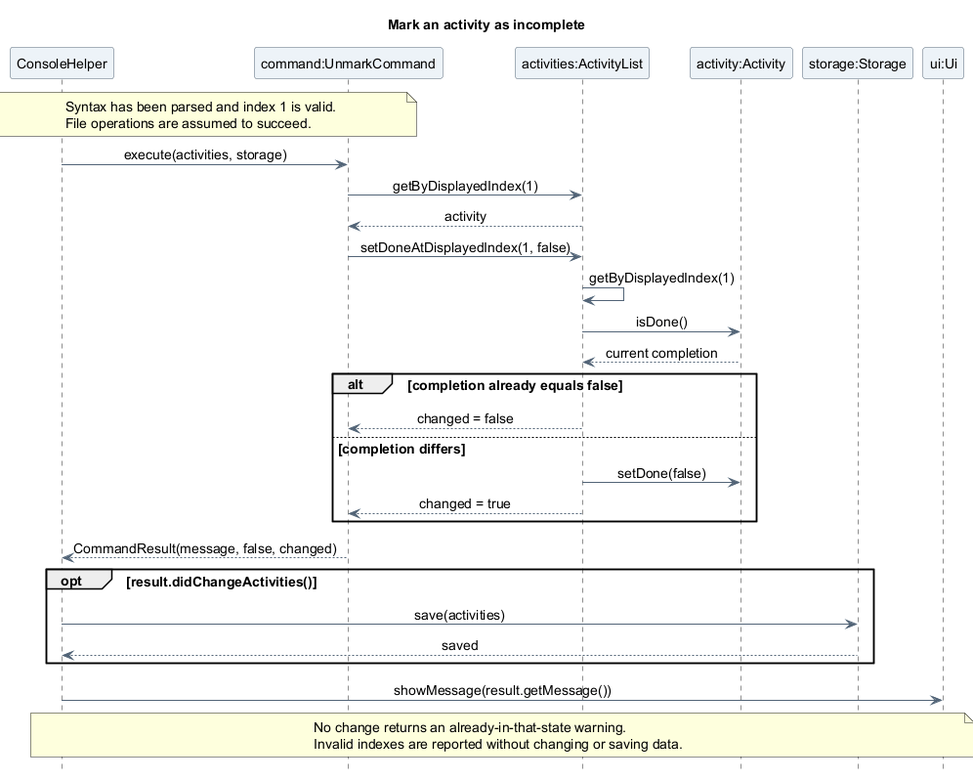
Before: docs/images/oliver/sequence/UnmarkActivitySequence.png, a diagram exported from PlantUML (AY2627S1-CS2113-T10-4/tp). The source it was exported from:
```plantuml
@startuml
title Mark an activity as incomplete
skinparam backgroundColor white
skinparam shadowing false
skinparam defaultFontName SansSerif
skinparam defaultFontSize 14
skinparam ArrowColor #526477
skinparam ParticipantBackgroundColor #EDF3F8
skinparam ParticipantBorderColor #526477
skinparam sequenceMessageAlign center
hide footbox

participant "ConsoleHelper" as Console
participant "command:UnmarkCommand" as Query
participant "activities:ActivityList" as Activities
participant "activity:Activity" as Activity
participant "storage:Storage" as Storage
participant "ui:Ui" as UI

note over Console, Query
  Syntax has been parsed and index 1 is valid.
  File operations are assumed to succeed.
end note
Console -> Query : execute(activities, storage)
Query -> Activities : getByDisplayedIndex(1)
Activities --> Query : activity
Query -> Activities : setDoneAtDisplayedIndex(1, false)
Activities -> Activities : getByDisplayedIndex(1)
Activities -> Activity : isDone()
Activity --> Activities : current completion
alt completion already equals false
  Activities --> Query : changed = false
else completion differs
  Activities -> Activity : setDone(false)
  Activities --> Query : changed = true
end
Query --> Console : CommandResult(message, false, changed)
opt result.didChangeActivities()
  Console -> Storage : save(activities)
  Storage --> Console : saved
end
Console -> UI : showMessage(result.getMessage())
note over Console, UI
  No change returns an already-in-that-state warning.
  Invalid indexes are reported without changing or saving data.
end note
@enduml
```
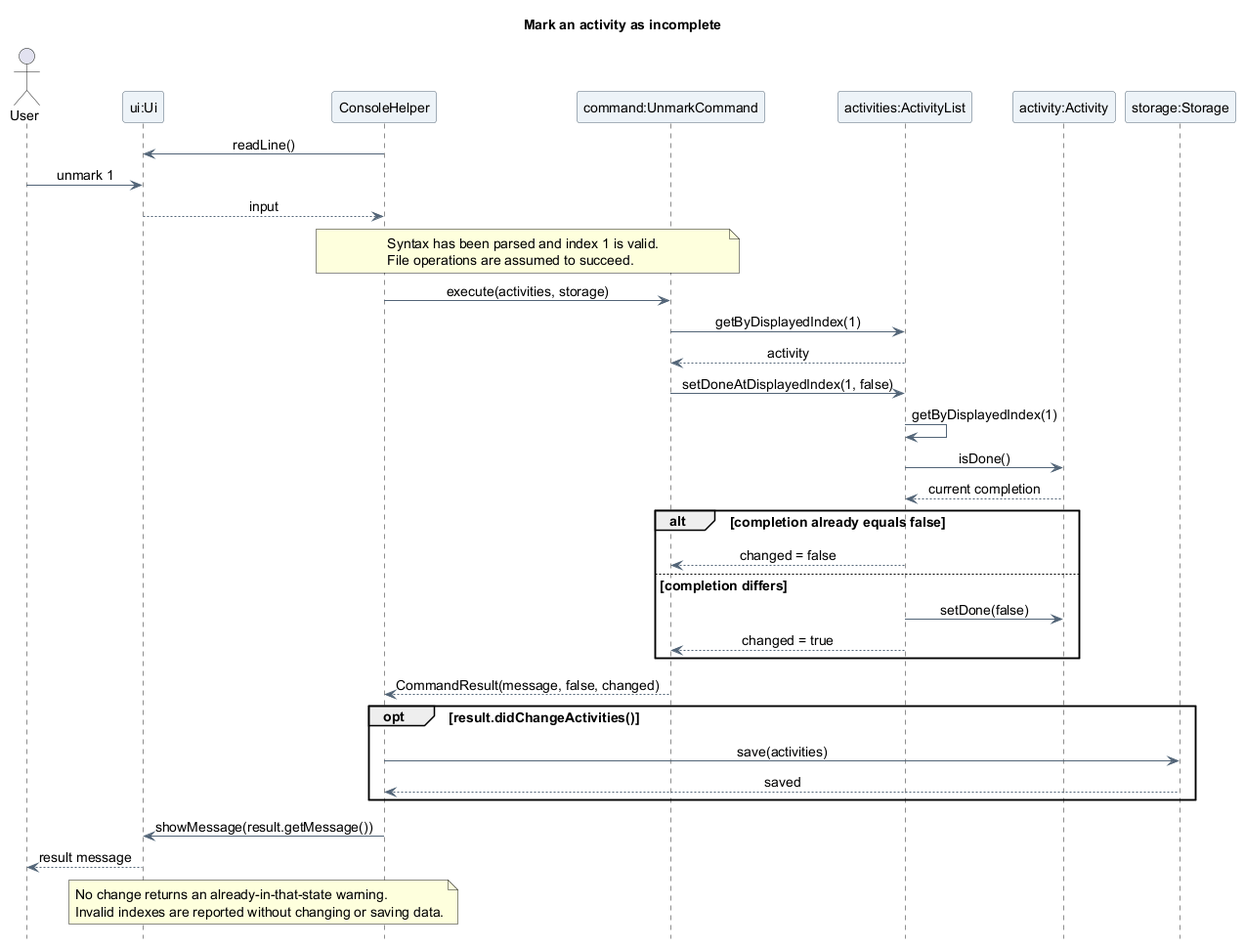
After the commit.

The edit, as a diff of the source:
```diff
@@ -10,12 +10,17 @@
 skinparam sequenceMessageAlign center
 hide footbox
 
+actor "User" as User
+participant "ui:Ui" as UI
 participant "ConsoleHelper" as Console
 participant "command:UnmarkCommand" as Query
 participant "activities:ActivityList" as Activities
 participant "activity:Activity" as Activity
 participant "storage:Storage" as Storage
-participant "ui:Ui" as UI
+
+Console -> UI : readLine()
+User -> UI : unmark 1
+UI --> Console : input
 
 note over Console, Query
   Syntax has been parsed and index 1 is valid.
@@ -40,6 +45,7 @@
   Storage --> Console : saved
 end
 Console -> UI : showMessage(result.getMessage())
+UI --> User : result message
 note over Console, UI
   No change returns an already-in-that-state warning.
   Invalid indexes are reported without changing or saving data.
```
